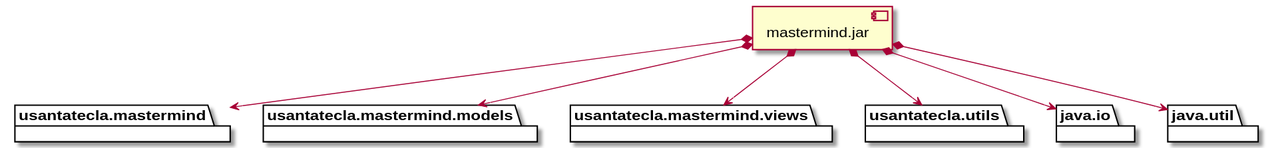
The PlantUML diagram documentView/console/docs/diagrams/out/vistas/desarrollo_implementacion.svg in SantaTecla-mastermind/solution.java.swing.socket.sql, before a commit.
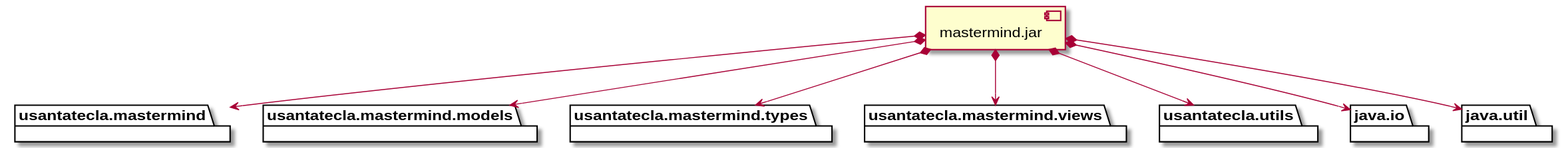
Above is the later version.

What changed in the source:
```diff
@@ -2,6 +2,8 @@
 package "  "  as usantatecla.mastermind {
 }
 package "  "  as usantatecla.mastermind.models {
+}
+package "  "  as usantatecla.mastermind.types {
 }
 package "  "  as usantatecla.mastermind.views {
 }
@@ -16,6 +18,7 @@
 
 jar *--> usantatecla.mastermind
 jar *--> usantatecla.mastermind.models
+jar *--> usantatecla.mastermind.types
 jar *--> usantatecla.mastermind.views
 jar *--> usantatecla.utils
 jar *--> java.io
```
